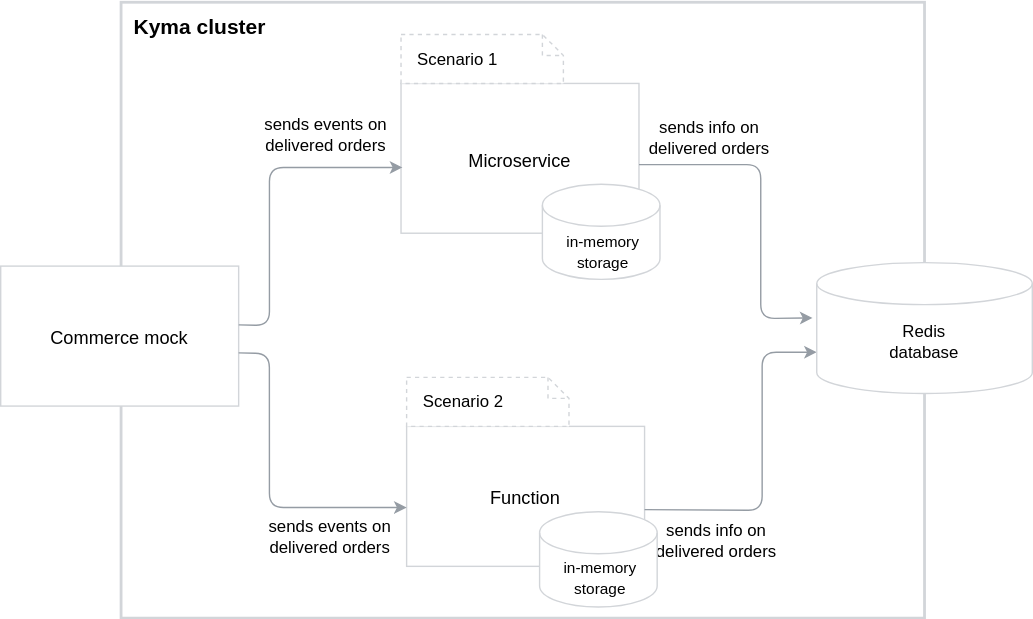
kyma-project/kyma keeps this draw.io diagram as docs/getting-started/assets/order-flow.svg. Above is the earlier version. Source tidied: cells renumbered, new cells last; positions are measured from the earlier drawing's top-left corner, leaving out a move shared by most shapes.
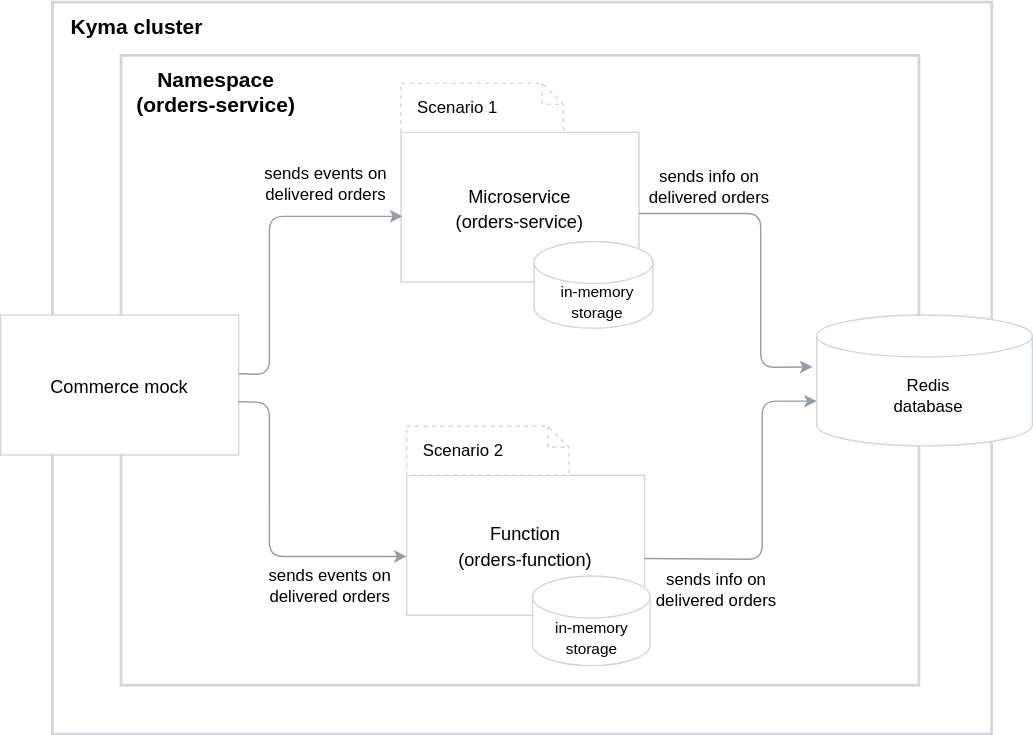
Above is the later version.

Change to the diagram source:
```diff
@@ -2,95 +2,101 @@
   <root>
     <mxCell id="0" />
     <mxCell id="1" parent="0" />
-    <mxCell id="2" style="rounded=0;whiteSpace=wrap;html=1;labelBackgroundColor=none;strokeColor=#D2D5D9;strokeWidth=2;fillColor=#FFFFFF;gradientColor=none;fontFamily=Helvetica;fontSize=15;fontColor=#000000;" parent="1" vertex="1">
-      <mxGeometry x="86" width="574" height="440" as="geometry" />
-    </mxCell>
-    <mxCell id="3" value="&lt;font style=&quot;font-size: 13px&quot;&gt;Microservice&lt;br&gt;&lt;/font&gt;" style="rounded=0;whiteSpace=wrap;html=1;labelBackgroundColor=none;strokeColor=#D2D5D9;strokeWidth=1;fillColor=#FFFFFF;gradientColor=none;fontFamily=Helvetica;fontSize=15;fontColor=#000000;" parent="1" vertex="1">
-      <mxGeometry x="286" y="58" width="170" height="107" as="geometry" />
-    </mxCell>
-    <mxCell id="4" value="&lt;font style=&quot;font-size: 13px&quot;&gt;Function&lt;br&gt;&lt;/font&gt;" style="rounded=0;whiteSpace=wrap;html=1;labelBackgroundColor=none;strokeColor=#D2D5D9;strokeWidth=1;fillColor=#FFFFFF;gradientColor=none;fontFamily=Helvetica;fontSize=15;fontColor=#000000;" parent="1" vertex="1">
-      <mxGeometry x="290" y="303" width="170" height="100" as="geometry" />
-    </mxCell>
+    <mxCell id="23" style="rounded=0;whiteSpace=wrap;html=1;labelBackgroundColor=none;strokeColor=#D2D5D9;strokeWidth=2;fillColor=#FFFFFF;gradientColor=none;fontFamily=Helvetica;fontSize=15;fontColor=#000000;" parent="1" vertex="1">
+      <mxGeometry x="37" y="-35" width="671" height="523" as="geometry" />
+    </mxCell>
+    <mxCell id="24" style="rounded=0;whiteSpace=wrap;html=1;labelBackgroundColor=none;strokeColor=#D2D5D9;strokeWidth=2;fillColor=#FFFFFF;gradientColor=none;fontFamily=Helvetica;fontSize=15;fontColor=#000000;" parent="1" vertex="1">
+      <mxGeometry x="86" y="3" width="570" height="450" as="geometry" />
+    </mxCell>
+    <mxCell id="25" value="&lt;font style=&quot;font-size: 13px&quot;&gt;Microservice&lt;br&gt;(orders-service)&lt;br&gt;&lt;/font&gt;" style="rounded=0;whiteSpace=wrap;html=1;labelBackgroundColor=none;strokeColor=#D2D5D9;strokeWidth=1;fillColor=#FFFFFF;gradientColor=none;fontFamily=Helvetica;fontSize=15;fontColor=#000000;" parent="1" vertex="1">
+      <mxGeometry x="286" y="58" width="170" height="107" as="geometry" />
+    </mxCell>
+    <mxCell id="26" value="&lt;font style=&quot;font-size: 13px&quot;&gt;Function&lt;br&gt;(orders-function)&lt;br&gt;&lt;/font&gt;" style="rounded=0;whiteSpace=wrap;html=1;labelBackgroundColor=none;strokeColor=#D2D5D9;strokeWidth=1;fillColor=#FFFFFF;gradientColor=none;fontFamily=Helvetica;fontSize=15;fontColor=#000000;" parent="1" vertex="1">
+      <mxGeometry x="290" y="303" width="170" height="100" as="geometry" />
+    </mxCell>
     <mxCell id="5" value="&lt;font style=&quot;font-size: 13px&quot;&gt;Commerce mock&lt;br&gt;&lt;/font&gt;" style="rounded=0;whiteSpace=wrap;html=1;labelBackgroundColor=none;strokeColor=#D2D5D9;strokeWidth=1;fillColor=#FFFFFF;gradientColor=none;fontFamily=Helvetica;fontSize=15;fontColor=#000000;" parent="1" vertex="1">
       <mxGeometry y="188.5" width="170" height="100" as="geometry" />
     </mxCell>
-    <mxCell id="6" value="&lt;b&gt;Kyma cluster&lt;/b&gt;" style="text;html=1;strokeColor=none;fillColor=none;align=center;verticalAlign=middle;whiteSpace=wrap;rounded=0;labelBackgroundColor=none;fontFamily=Helvetica;fontSize=15;fontColor=#000000;" parent="1" vertex="1">
-      <mxGeometry x="94" y="2" width="97" height="30" as="geometry" />
-    </mxCell>
-    <mxCell id="7" style="endArrow=classic;html=1;strokeColor=#959CA4;strokeWidth=1;fontFamily=Helvetica;fontSize=15;fontColor=#000000;exitX=1.018;exitY=0.42;exitDx=0;exitDy=0;exitPerimeter=0;" parent="1" edge="1">
-      <mxGeometry relative="1" as="geometry">
-        <mxPoint x="170.1" y="230.5" as="sourcePoint" />
-        <mxPoint x="287" y="118" as="targetPoint" />
-        <Array as="points">
-          <mxPoint x="192" y="231" />
-          <mxPoint x="192" y="118" />
-        </Array>
-      </mxGeometry>
-    </mxCell>
-    <mxCell id="8" style="endArrow=classic;html=1;strokeColor=#959CA4;strokeWidth=1;fontFamily=Helvetica;fontSize=15;fontColor=#000000;exitX=1.018;exitY=0.42;exitDx=0;exitDy=0;exitPerimeter=0;entryX=0;entryY=0.58;entryDx=0;entryDy=0;entryPerimeter=0;" parent="1" edge="1" target="4">
-      <mxGeometry relative="1" as="geometry">
-        <mxPoint x="170" y="250.5" as="sourcePoint" />
-        <Array as="points">
-          <mxPoint x="191.9" y="251" />
-          <mxPoint x="192" y="361" />
-        </Array>
-      </mxGeometry>
-    </mxCell>
-    <mxCell id="9" style="endArrow=classic;html=1;strokeColor=#959CA4;strokeWidth=1;fontFamily=Helvetica;fontSize=15;fontColor=#000000;exitX=1.018;exitY=0.42;exitDx=0;exitDy=0;exitPerimeter=0;entryX=0.012;entryY=0.65;entryDx=0;entryDy=0;entryPerimeter=0;" parent="1" edge="1">
-      <mxGeometry relative="1" as="geometry">
-        <mxPoint x="460" y="362.5" as="sourcePoint" />
-        <mxPoint x="583" y="250" as="targetPoint" />
-        <Array as="points">
-          <mxPoint x="544" y="363" />
-          <mxPoint x="544" y="250" />
-        </Array>
-      </mxGeometry>
-    </mxCell>
-    <mxCell id="10" style="endArrow=classic;html=1;strokeColor=#959CA4;strokeWidth=1;fontFamily=Helvetica;fontSize=15;fontColor=#000000;entryX=0;entryY=0.58;entryDx=0;entryDy=0;entryPerimeter=0;" parent="1" edge="1">
-      <mxGeometry relative="1" as="geometry">
-        <mxPoint x="456" y="116" as="sourcePoint" />
-        <mxPoint x="580" y="225.5" as="targetPoint" />
-        <Array as="points">
-          <mxPoint x="543" y="116" />
-          <mxPoint x="543" y="226" />
-        </Array>
-      </mxGeometry>
-    </mxCell>
+    <mxCell id="27" value="&lt;b&gt;Namespace&lt;br&gt;(&lt;/b&gt;&lt;b&gt;orders-service&lt;/b&gt;&lt;b&gt;)&lt;br&gt;&lt;/b&gt;" style="text;html=1;strokeColor=none;fillColor=none;align=center;verticalAlign=middle;whiteSpace=wrap;rounded=0;labelBackgroundColor=none;fontFamily=Helvetica;fontSize=15;fontColor=#000000;" parent="1" vertex="1">
+      <mxGeometry x="88" y="13" width="132" height="31" as="geometry" />
+    </mxCell>
+    <mxCell id="28" style="endArrow=classic;html=1;strokeColor=#959CA4;strokeWidth=1;fontFamily=Helvetica;fontSize=15;fontColor=#000000;exitX=1.018;exitY=0.42;exitDx=0;exitDy=0;exitPerimeter=0;" parent="1" edge="1">
+      <mxGeometry relative="1" as="geometry">
+        <mxPoint x="170.1" y="230.5" as="sourcePoint" />
+        <mxPoint x="287" y="118" as="targetPoint" />
+        <Array as="points">
+          <mxPoint x="192" y="231" />
+          <mxPoint x="192" y="118" />
+        </Array>
+      </mxGeometry>
+    </mxCell>
+    <mxCell id="29" style="endArrow=classic;html=1;strokeColor=#959CA4;strokeWidth=1;fontFamily=Helvetica;fontSize=15;fontColor=#000000;exitX=1.018;exitY=0.42;exitDx=0;exitDy=0;exitPerimeter=0;entryX=0;entryY=0.58;entryDx=0;entryDy=0;entryPerimeter=0;" parent="1" edge="1" target="26">
+      <mxGeometry relative="1" as="geometry">
+        <mxPoint x="170" y="250.5" as="sourcePoint" />
+        <Array as="points">
+          <mxPoint x="191.9" y="251" />
+          <mxPoint x="192" y="361" />
+        </Array>
+      </mxGeometry>
+    </mxCell>
+    <mxCell id="30" style="endArrow=classic;html=1;strokeColor=#959CA4;strokeWidth=1;fontFamily=Helvetica;fontSize=15;fontColor=#000000;exitX=1.018;exitY=0.42;exitDx=0;exitDy=0;exitPerimeter=0;entryX=0.012;entryY=0.65;entryDx=0;entryDy=0;entryPerimeter=0;" parent="1" edge="1">
+      <mxGeometry relative="1" as="geometry">
+        <mxPoint x="460" y="362.5" as="sourcePoint" />
+        <mxPoint x="583" y="250" as="targetPoint" />
+        <Array as="points">
+          <mxPoint x="544" y="363" />
+          <mxPoint x="544" y="250" />
+        </Array>
+      </mxGeometry>
+    </mxCell>
+    <mxCell id="31" style="endArrow=classic;html=1;strokeColor=#959CA4;strokeWidth=1;fontFamily=Helvetica;fontSize=15;fontColor=#000000;entryX=0;entryY=0.58;entryDx=0;entryDy=0;entryPerimeter=0;" parent="1" edge="1">
+      <mxGeometry relative="1" as="geometry">
+        <mxPoint x="456" y="116" as="sourcePoint" />
+        <mxPoint x="580" y="225.5" as="targetPoint" />
+        <Array as="points">
+          <mxPoint x="543" y="116" />
+          <mxPoint x="543" y="226" />
+        </Array>
+      </mxGeometry>
+    </mxCell>
     <mxCell id="11" value="sends events on delivered orders" style="text;html=1;strokeColor=none;fillColor=none;align=center;verticalAlign=middle;whiteSpace=wrap;rounded=0;" parent="1" vertex="1">
       <mxGeometry x="184.5" y="89" width="95" height="11" as="geometry" />
     </mxCell>
     <mxCell id="12" value="sends events on delivered&amp;nbsp;orders" style="text;html=1;strokeColor=none;fillColor=none;align=center;verticalAlign=middle;whiteSpace=wrap;rounded=0;" parent="1" vertex="1">
       <mxGeometry x="188" y="376" width="95" height="11" as="geometry" />
     </mxCell>
-    <mxCell id="13" value="sends info on delivered&amp;nbsp;orders" style="text;html=1;strokeColor=none;fillColor=none;align=center;verticalAlign=middle;whiteSpace=wrap;rounded=0;" parent="1" vertex="1">
-      <mxGeometry x="459" y="91" width="95" height="11" as="geometry" />
-    </mxCell>
-    <mxCell id="14" value="sends info on delivered&amp;nbsp;orders" style="text;html=1;strokeColor=none;fillColor=none;align=center;verticalAlign=middle;whiteSpace=wrap;rounded=0;" parent="1" vertex="1">
-      <mxGeometry x="464" y="379" width="95" height="11" as="geometry" />
-    </mxCell>
+    <mxCell id="32" value="sends info on delivered&amp;nbsp;orders" style="text;html=1;strokeColor=none;fillColor=none;align=center;verticalAlign=middle;whiteSpace=wrap;rounded=0;" parent="1" vertex="1">
+      <mxGeometry x="459" y="91" width="95" height="11" as="geometry" />
+    </mxCell>
+    <mxCell id="33" value="sends info on delivered&amp;nbsp;orders" style="text;html=1;strokeColor=none;fillColor=none;align=center;verticalAlign=middle;whiteSpace=wrap;rounded=0;" parent="1" vertex="1">
+      <mxGeometry x="464" y="379" width="95" height="11" as="geometry" />
+    </mxCell>
     <mxCell id="15" value="Scenario 2" style="shape=note;size=15;align=left;spacingLeft=10;html=1;whiteSpace=wrap;strokeColor=#D2D5D9;dashed=1;" parent="1" vertex="1">
       <mxGeometry x="290" y="268" width="116" height="35" as="geometry" />
     </mxCell>
     <mxCell id="16" value="Scenario 1" style="shape=note;size=15;align=left;spacingLeft=10;html=1;whiteSpace=wrap;strokeColor=#D2D5D9;dashed=1;" parent="1" vertex="1">
       <mxGeometry x="286" y="23" width="116" height="35" as="geometry" />
     </mxCell>
-    <mxCell id="17" value="&lt;span style=&quot;font-size: 13px&quot;&gt;&lt;br&gt;&lt;br&gt;&lt;/span&gt;" style="shape=cylinder2;whiteSpace=wrap;html=1;boundedLbl=1;backgroundOutline=1;size=15;strokeColor=#D2D5D9;" parent="1" vertex="1">
-      <mxGeometry x="583" y="186" width="154" height="93.5" as="geometry" />
-    </mxCell>
-    <mxCell id="18" style="shape=cylinder2;whiteSpace=wrap;html=1;boundedLbl=1;backgroundOutline=1;size=15;strokeColor=#D2D5D9;" parent="1" vertex="1">
-      <mxGeometry x="385" y="364" width="84" height="68" as="geometry" />
-    </mxCell>
-    <mxCell id="19" value="&lt;font style=&quot;font-size: 11px&quot;&gt;in-memory storage&lt;/font&gt;" style="text;html=1;strokeColor=none;fillColor=none;align=center;verticalAlign=middle;whiteSpace=wrap;rounded=0;" parent="1" vertex="1">
-      <mxGeometry x="396.8" y="399" width="62.5" height="24" as="geometry" />
-    </mxCell>
+    <mxCell id="34" style="shape=cylinder2;whiteSpace=wrap;html=1;boundedLbl=1;backgroundOutline=1;size=15;strokeColor=#D2D5D9;" parent="1" vertex="1">
+      <mxGeometry x="380" y="375" width="84" height="64" as="geometry" />
+    </mxCell>
+    <mxCell id="35" value="&lt;font style=&quot;font-size: 11px&quot;&gt;in-memory storage&lt;/font&gt;" style="text;html=1;strokeColor=none;fillColor=none;align=center;verticalAlign=middle;whiteSpace=wrap;rounded=0;" parent="1" vertex="1">
+      <mxGeometry x="390.8" y="407" width="62.5" height="24" as="geometry" />
+    </mxCell>
+    <mxCell id="36" style="shape=cylinder2;whiteSpace=wrap;html=1;boundedLbl=1;backgroundOutline=1;size=15;strokeColor=#D2D5D9;" parent="1" vertex="1">
+      <mxGeometry x="381" y="136" width="85" height="62" as="geometry" />
+    </mxCell>
+    <mxCell id="37" value="&lt;font style=&quot;font-size: 11px&quot;&gt;in-memory storage&lt;/font&gt;" style="text;html=1;strokeColor=none;fillColor=none;align=center;verticalAlign=middle;whiteSpace=wrap;rounded=0;" parent="1" vertex="1">
+      <mxGeometry x="394.5" y="167" width="62.5" height="24" as="geometry" />
+    </mxCell>
+    <mxCell id="38" value="&lt;span style=&quot;font-size: 13px&quot;&gt;&lt;br&gt;&lt;br&gt;&lt;/span&gt;" style="shape=cylinder2;whiteSpace=wrap;html=1;boundedLbl=1;backgroundOutline=1;size=15;strokeColor=#D2D5D9;" parent="1" vertex="1">
+      <mxGeometry x="583" y="188.5" width="154" height="93.5" as="geometry" />
+    </mxCell>
     <mxCell id="20" value="&lt;font style=&quot;font-size: 12px&quot;&gt;Redis&lt;br&gt;database&lt;/font&gt;" style="text;html=1;strokeColor=none;fillColor=none;align=center;verticalAlign=middle;whiteSpace=wrap;rounded=0;" parent="1" vertex="1">
-      <mxGeometry x="630.2" y="233" width="59.5" height="20" as="geometry" />
+      <mxGeometry x="633" y="236" width="59.5" height="20" as="geometry" />
     </mxCell>
-    <mxCell id="21" style="shape=cylinder2;whiteSpace=wrap;html=1;boundedLbl=1;backgroundOutline=1;size=15;strokeColor=#D2D5D9;" parent="1" vertex="1">
-      <mxGeometry x="387" y="130" width="84" height="68" as="geometry" />
-    </mxCell>
-    <mxCell id="22" value="&lt;font style=&quot;font-size: 11px&quot;&gt;in-memory storage&lt;/font&gt;" style="text;html=1;strokeColor=none;fillColor=none;align=center;verticalAlign=middle;whiteSpace=wrap;rounded=0;" parent="1" vertex="1">
-      <mxGeometry x="398.5" y="166" width="62.5" height="24" as="geometry" />
-    </mxCell>
+    <mxCell id="6" value="&lt;b&gt;Kyma cluster&lt;/b&gt;" style="text;html=1;strokeColor=none;fillColor=none;align=center;verticalAlign=middle;whiteSpace=wrap;rounded=0;labelBackgroundColor=none;fontFamily=Helvetica;fontSize=15;fontColor=#000000;" parent="1" vertex="1">
+      <mxGeometry x="49" y="-33" width="97" height="30" as="geometry" />
+    </mxCell>
   </root>
 </mxGraphModel>
```
